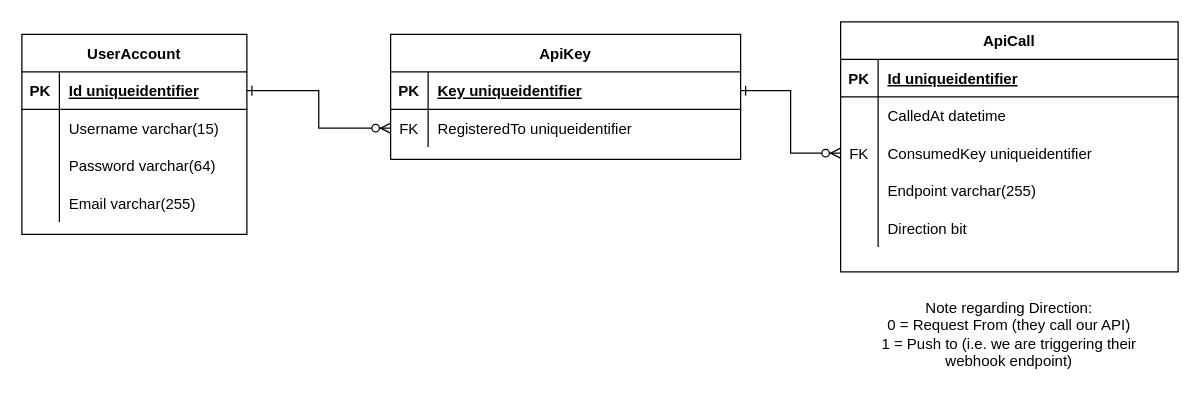
Above: page "User-Related" (3 of 3) of AletheiaErd.drawio in TimHanewich/Aletheia-Engine-Library (draw.io), before the change. Source tidied: cells renumbered, new cells numbered last; positions are measured from the earlier drawing's top-left corner, leaving out a move shared by most shapes. Both pictures are drawn from the tidied source at 125%, with x=0, y=0 at pixel (21, 21).
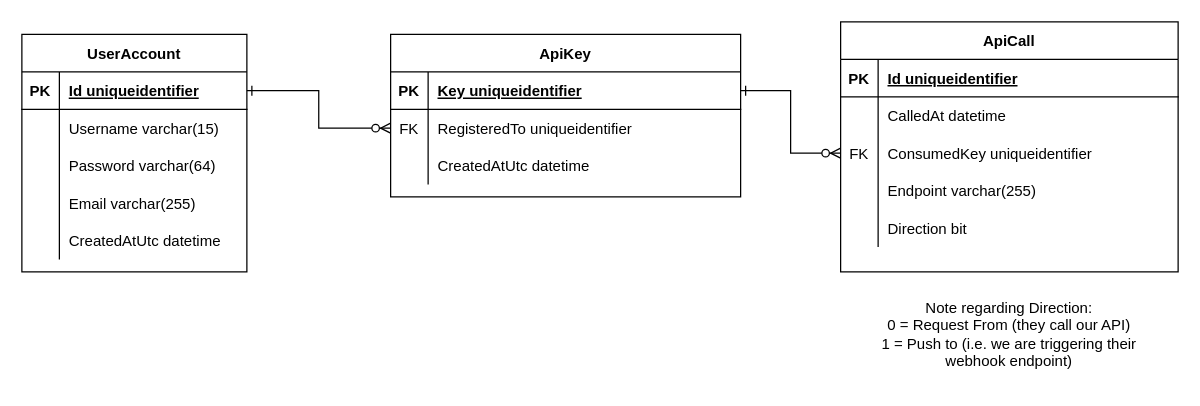
The same page after the edit.

Commit message:
Added CreatedAtUtc column to UserAccount and ApiKey

The edit, as a diff of the source:
```diff
@@
     <mxCell id="2" value="UserAccount" style="shape=table;startSize=30;childLayout=tableLayout;rowLines=0;fontStyle=1;align=center;" parent="1" vertex="1">
-      <mxGeometry y="10" width="180" height="160" as="geometry" />
+      <mxGeometry y="10" width="180" height="190" as="geometry" />
     </mxCell>
@@
+    <mxCell id="41" style="shape=partialRectangle;fillColor=none;top=0;left=0;bottom=0;right=0;" parent="2" vertex="1">
+      <mxGeometry y="150" width="180" height="30" as="geometry" />
+    </mxCell>
+    <mxCell id="42" style="shape=partialRectangle;fillColor=none;top=0;left=0;bottom=0;right=0;overflow=hidden;" parent="41" vertex="1">
+      <mxGeometry width="30" height="30" as="geometry" />
+    </mxCell>
+    <mxCell id="43" value="CreatedAtUtc datetime" style="shape=partialRectangle;fillColor=none;top=0;left=0;bottom=0;right=0;align=left;spacingLeft=6;overflow=hidden;" parent="41" vertex="1">
+      <mxGeometry x="30" width="150" height="30" as="geometry" />
+    </mxCell>
     <mxCell id="15" value="ApiKey" style="shape=table;startSize=30;childLayout=tableLayout;rowLines=0;fontStyle=1;align=center;" parent="1" vertex="1">
-      <mxGeometry x="295" y="10" width="280" height="100" as="geometry" />
+      <mxGeometry x="295" y="10" width="280" height="130" as="geometry" />
     </mxCell>
@@
+    <mxCell id="44" style="shape=partialRectangle;fillColor=none;top=0;left=0;bottom=0;right=0;" parent="15" vertex="1">
+      <mxGeometry y="90" width="280" height="30" as="geometry" />
+    </mxCell>
+    <mxCell id="45" style="shape=partialRectangle;fillColor=none;top=0;left=0;bottom=0;right=0;overflow=hidden;" parent="44" vertex="1">
+      <mxGeometry width="30" height="30" as="geometry" />
+    </mxCell>
+    <mxCell id="46" value="CreatedAtUtc datetime" style="shape=partialRectangle;fillColor=none;top=0;left=0;bottom=0;right=0;align=left;spacingLeft=6;overflow=hidden;" parent="44" vertex="1">
+      <mxGeometry x="30" width="250" height="30" as="geometry" />
+    </mxCell>
```
